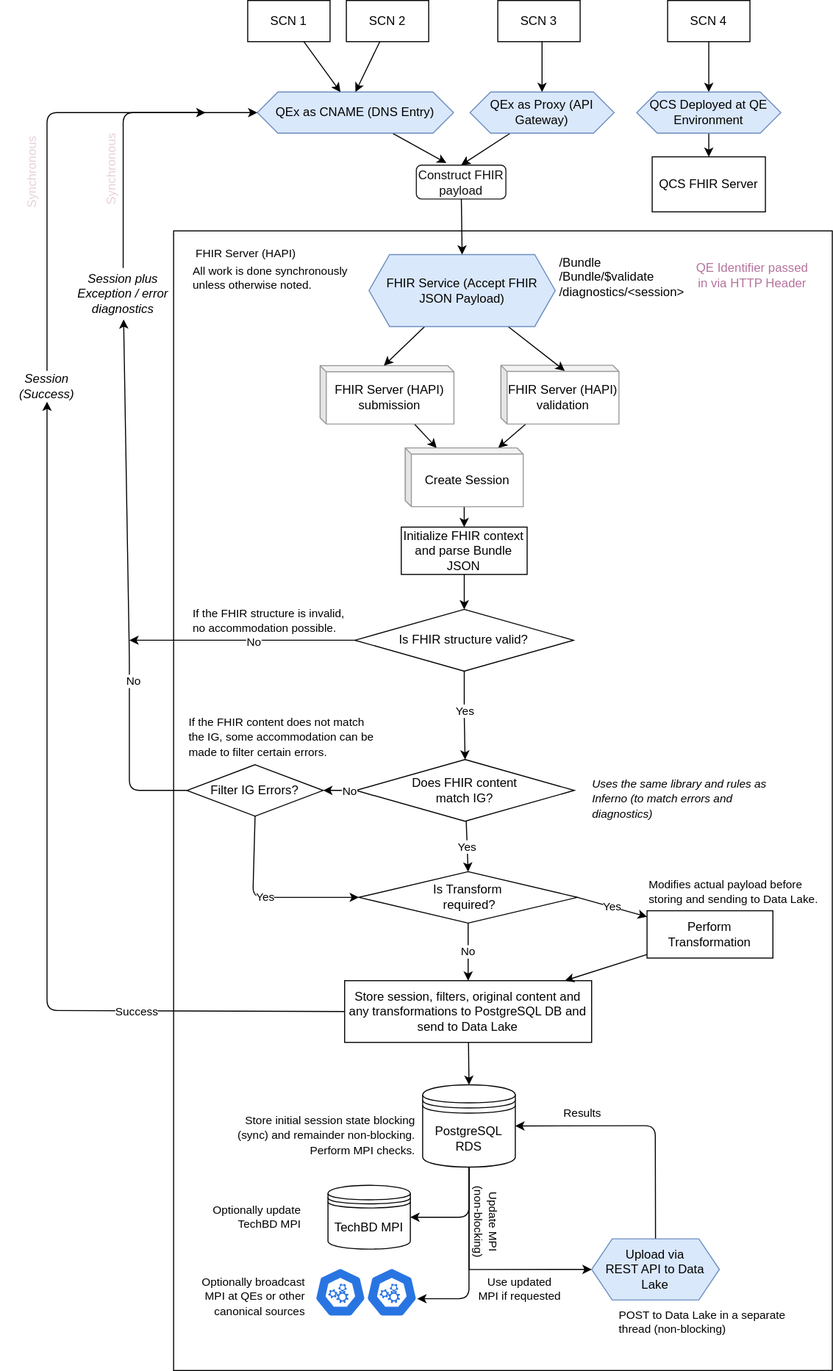
The draw.io diagram public/content/docs/1115-hub/fhir-services/qcs-fhir-service.drawio.svg in tech-by-design/docs.techbd.org, before a commit. Source tidied: cells renumbered, new cells last; positions are measured from the earlier drawing's top-left corner, leaving out a move shared by most shapes.
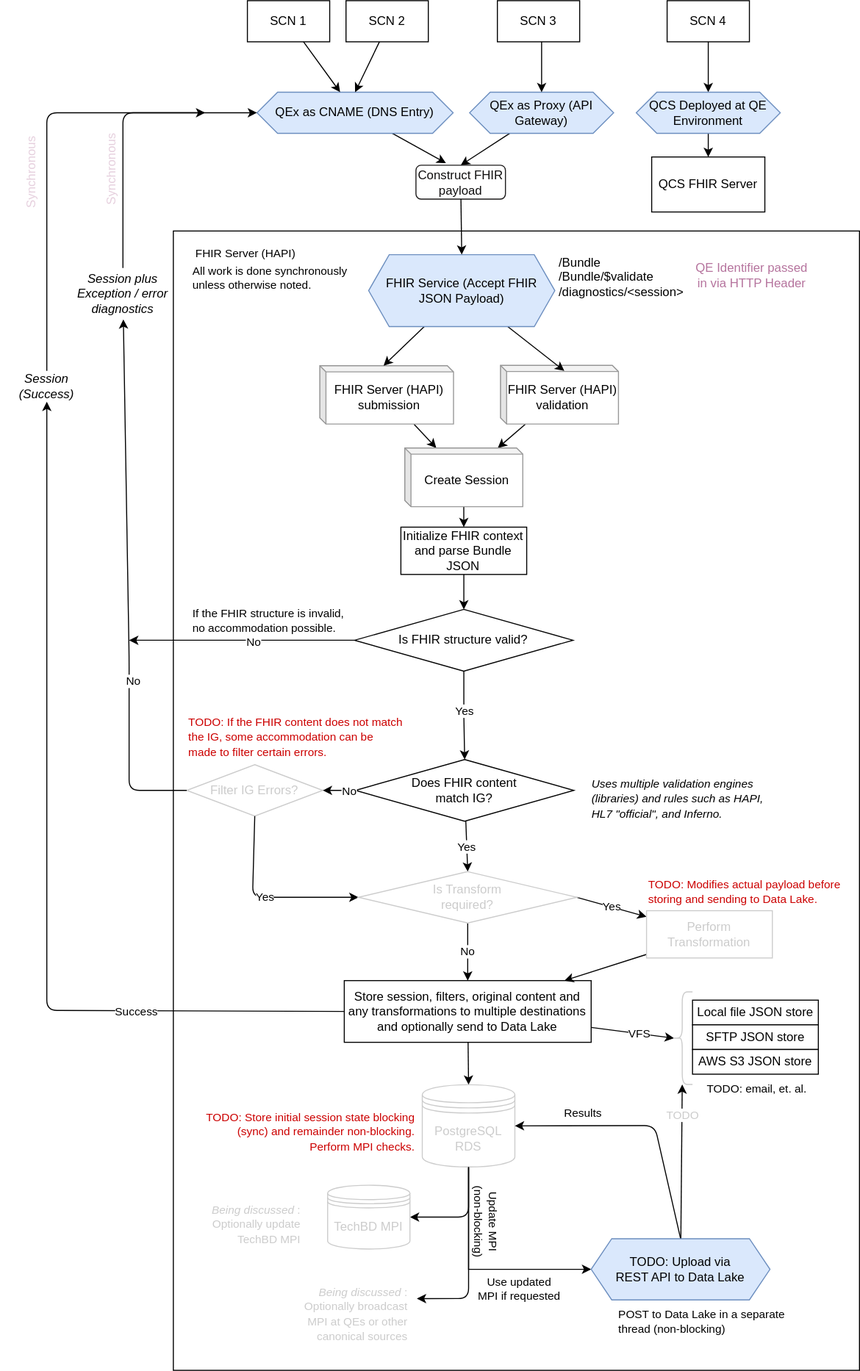
The same file after the commit.

Commit message:
docs: bring documents up to date with code

Change to the diagram source:
```diff
@@ -22,7 +22,7 @@
       <mxGeometry x="420.9" y="160" width="87" height="33" as="geometry" />
     </mxCell>
     <mxCell id="7" style="html=1;whiteSpace=wrap;" parent="1" vertex="1">
-      <mxGeometry x="185" y="224" width="640" height="1108" as="geometry" />
+      <mxGeometry x="185" y="224" width="667" height="1108" as="geometry" />
     </mxCell>
     <mxCell id="8" style="edgeStyle=none;html=1;fontColor=#000000;" parent="7" edge="1" source="9" target="18">
       <mxGeometry relative="1" as="geometry" />
@@ -50,7 +50,15 @@
     <mxCell id="15" style="edgeStyle=none;html=1;entryX=0.5;entryY=0;entryDx=0;entryDy=0;" parent="7" edge="1" source="16" target="21">
       <mxGeometry relative="1" as="geometry" />
     </mxCell>
+    <mxCell id="82" style="edgeStyle=none;html=1;entryX=0.1;entryY=0.5;entryDx=0;entryDy=0;entryPerimeter=0;fontColor=#CCCCCC;" parent="7" edge="1" source="16" target="89">
+      <mxGeometry relative="1" as="geometry" />
+    </mxCell>
+    <mxCell id="83" value="VFS" style="edgeLabel;html=1;align=center;verticalAlign=middle;fontColor=#000000;" parent="82" vertex="1">
+      <mxGeometry x="0.46" relative="1" as="geometry">
+        <mxPoint x="-12" y="-2" as="offset" />
+      </mxGeometry>
+    </mxCell>
-    <mxCell id="16" value="Store session, filters, original content and any transformations to PostgreSQL DB and send to Data Lake" style="rounded=0;whiteSpace=wrap;html=1;" parent="7" vertex="1">
+    <mxCell id="16" value="Store session, filters, original content and any transformations to multiple destinations and optionally send to Data Lake" style="rounded=0;whiteSpace=wrap;html=1;" parent="7" vertex="1">
       <mxGeometry x="166.2" y="729" width="240" height="60" as="geometry" />
     </mxCell>
     <mxCell id="17" style="edgeStyle=none;html=1;fontColor=#000000;" parent="7" edge="1" source="18" target="38">
@@ -73,7 +81,7 @@
         </Array>
       </mxGeometry>
     </mxCell>
-    <mxCell id="21" value="PostgreSQL RDS" style="shape=datastore;whiteSpace=wrap;html=1;" parent="7" vertex="1">
+    <mxCell id="21" value="PostgreSQL RDS" style="shape=datastore;whiteSpace=wrap;html=1;strokeColor=#CCCCCC;fontColor=#CCCCCC;" parent="7" vertex="1">
       <mxGeometry x="242" y="830.2" width="90" height="80" as="geometry" />
     </mxCell>
     <mxCell id="22" style="edgeStyle=none;html=1;entryX=0.541;entryY=0.094;entryDx=0;entryDy=0;entryPerimeter=0;" parent="7" edge="1" source="24" target="11">
@@ -88,7 +96,7 @@
     <mxCell id="25" value="/Bundle&lt;br&gt;/Bundle/$validate&lt;div&gt;/diagnostics/&amp;lt;session&amp;gt;&lt;/div&gt;" style="text;html=1;align=left;verticalAlign=middle;strokeColor=none;fillColor=none;fontColor=#000000;" parent="7" vertex="1">
       <mxGeometry x="372.9" y="15" width="140" height="60" as="geometry" />
     </mxCell>
-    <mxCell id="26" value="Filter IG Errors?" style="rhombus;whiteSpace=wrap;html=1;" parent="7" vertex="1">
+    <mxCell id="26" value="Filter IG Errors?" style="rhombus;whiteSpace=wrap;html=1;fontColor=#CCCCCC;strokeColor=#CCCCCC;" parent="7" vertex="1">
       <mxGeometry x="13" y="519" width="132.3" height="50" as="geometry" />
     </mxCell>
     <mxCell id="27" value="Yes" style="edgeStyle=none;html=1;entryX=0;entryY=0.5;entryDx=0;entryDy=0;exitX=0.5;exitY=1;exitDx=0;exitDy=0;" parent="7" edge="1" source="26" target="34">
@@ -120,13 +128,13 @@
     <mxCell id="33" value="No" style="edgeStyle=none;html=1;" parent="7" edge="1" source="34" target="16">
       <mxGeometry relative="1" as="geometry" />
     </mxCell>
-    <mxCell id="34" value="Is Transform&lt;br&gt;&amp;nbsp;required?" style="rhombus;whiteSpace=wrap;html=1;" parent="7" vertex="1">
+    <mxCell id="34" value="Is Transform&lt;br&gt;&amp;nbsp;required?" style="rhombus;whiteSpace=wrap;html=1;fontColor=#CCCCCC;strokeColor=#CCCCCC;" parent="7" vertex="1">
       <mxGeometry x="180" y="623" width="212.3" height="50" as="geometry" />
     </mxCell>
     <mxCell id="35" style="edgeStyle=none;html=1;" parent="7" edge="1" source="36" target="16">
       <mxGeometry relative="1" as="geometry" />
     </mxCell>
-    <mxCell id="36" value="Perform Transformation" style="rounded=0;whiteSpace=wrap;html=1;" parent="7" vertex="1">
+    <mxCell id="36" value="Perform Transformation" style="rounded=0;whiteSpace=wrap;html=1;fontColor=#CCCCCC;strokeColor=#CCCCCC;" parent="7" vertex="1">
       <mxGeometry x="460" y="661" width="122.3" height="46" as="geometry" />
     </mxCell>
     <mxCell id="37" style="edgeStyle=orthogonalEdgeStyle;rounded=0;jettySize=auto;html=1;" parent="7" edge="1" source="38" target="48">
@@ -135,20 +143,20 @@
     <mxCell id="38" value="Initialize FHIR context and parse Bundle JSON" style="rounded=0;whiteSpace=wrap;html=1;" parent="7" vertex="1">
       <mxGeometry x="221.2" y="288" width="122.3" height="46" as="geometry" />
     </mxCell>
-    <mxCell id="39" value="&lt;div style=&quot;&quot;&gt;&lt;span style=&quot;font-size: 11px; text-wrap: nowrap; background-color: rgb(255, 255, 255);&quot;&gt;Uses the same library and rules as&lt;/span&gt;&lt;/div&gt;&lt;div style=&quot;&quot;&gt;&lt;span style=&quot;font-size: 11px; text-wrap: nowrap; background-color: rgb(255, 255, 255);&quot;&gt;Inferno (to&amp;nbsp;&lt;/span&gt;&lt;span style=&quot;background-color: rgb(255, 255, 255); font-size: 11px; text-wrap: nowrap;&quot;&gt;match errors and&amp;nbsp;&lt;/span&gt;&lt;/div&gt;&lt;div style=&quot;&quot;&gt;&lt;span style=&quot;background-color: rgb(255, 255, 255); font-size: 11px; text-wrap: nowrap;&quot;&gt;diagnostics)&lt;/span&gt;&lt;/div&gt;" style="text;whiteSpace=wrap;html=1;align=left;fontStyle=2;" parent="7" vertex="1">
+    <mxCell id="39" value="&lt;div style=&quot;&quot;&gt;&lt;span style=&quot;font-size: 11px; text-wrap: nowrap; background-color: rgb(255, 255, 255);&quot;&gt;Uses multiple validation engines&amp;nbsp;&lt;/span&gt;&lt;/div&gt;&lt;div style=&quot;&quot;&gt;&lt;span style=&quot;font-size: 11px; text-wrap: nowrap; background-color: rgb(255, 255, 255);&quot;&gt;(libraries) and rules such as HAPI,&lt;/span&gt;&lt;/div&gt;&lt;div style=&quot;&quot;&gt;&lt;span style=&quot;text-wrap: nowrap; font-size: 11px; background-color: rgb(255, 255, 255);&quot;&gt;HL7 &quot;official&quot;, and Inferno.&lt;/span&gt;&lt;/div&gt;" style="text;whiteSpace=wrap;html=1;align=left;fontStyle=2;" parent="7" vertex="1">
       <mxGeometry x="404.8" y="524" width="180" height="50" as="geometry" />
     </mxCell>
-    <mxCell id="40" value="&lt;div style=&quot;&quot;&gt;&lt;span style=&quot;font-size: 11px; text-wrap: nowrap; background-color: rgb(255, 255, 255);&quot;&gt;If the FHIR content does not match&lt;/span&gt;&lt;/div&gt;&lt;div style=&quot;&quot;&gt;&lt;span style=&quot;font-size: 11px; text-wrap: nowrap; background-color: rgb(255, 255, 255);&quot;&gt;the IG, some accommodation can be&lt;/span&gt;&lt;/div&gt;&lt;div style=&quot;&quot;&gt;&lt;span style=&quot;font-size: 11px; text-wrap: nowrap; background-color: rgb(255, 255, 255);&quot;&gt;made to filter certain errors.&lt;/span&gt;&lt;/div&gt;" style="text;whiteSpace=wrap;html=1;align=left;" parent="7" vertex="1">
+    <mxCell id="40" value="&lt;div style=&quot;&quot;&gt;&lt;span style=&quot;font-size: 11px; text-wrap: nowrap; background-color: rgb(255, 255, 255);&quot;&gt;TODO: If the FHIR content does not match&lt;/span&gt;&lt;/div&gt;&lt;div style=&quot;&quot;&gt;&lt;span style=&quot;font-size: 11px; text-wrap: nowrap; background-color: rgb(255, 255, 255);&quot;&gt;the IG, some accommodation can be&lt;/span&gt;&lt;/div&gt;&lt;div style=&quot;&quot;&gt;&lt;span style=&quot;font-size: 11px; text-wrap: nowrap; background-color: rgb(255, 255, 255);&quot;&gt;made to filter certain errors.&lt;/span&gt;&lt;/div&gt;" style="text;whiteSpace=wrap;html=1;align=left;fontColor=#CC0000;" parent="7" vertex="1">
       <mxGeometry x="13" y="464" width="180" height="50" as="geometry" />
     </mxCell>
-    <mxCell id="41" value="&lt;div style=&quot;&quot;&gt;&lt;span style=&quot;font-size: 11px; text-wrap: nowrap; background-color: rgb(255, 255, 255);&quot;&gt;Modifies actual payload before&lt;/span&gt;&lt;/div&gt;&lt;div style=&quot;&quot;&gt;&lt;span style=&quot;font-size: 11px; text-wrap: nowrap; background-color: rgb(255, 255, 255);&quot;&gt;storing and sending to Data Lake.&lt;/span&gt;&lt;/div&gt;" style="text;whiteSpace=wrap;html=1;align=left;" parent="7" vertex="1">
+    <mxCell id="41" value="&lt;div style=&quot;&quot;&gt;&lt;span style=&quot;font-size: 11px; text-wrap: nowrap; background-color: rgb(255, 255, 255);&quot;&gt;TODO: Modifies actual payload before&lt;/span&gt;&lt;/div&gt;&lt;div style=&quot;&quot;&gt;&lt;span style=&quot;font-size: 11px; text-wrap: nowrap; background-color: rgb(255, 255, 255);&quot;&gt;storing and sending to Data Lake.&lt;/span&gt;&lt;/div&gt;" style="text;whiteSpace=wrap;html=1;align=left;fontColor=#CC0000;" parent="7" vertex="1">
       <mxGeometry x="460" y="622" width="180" height="39" as="geometry" />
     </mxCell>
     <mxCell id="42" value="&lt;div style=&quot;&quot;&gt;&lt;span style=&quot;font-size: 11px; text-wrap: nowrap; background-color: rgb(255, 255, 255);&quot;&gt;POST to Data Lake in a separate&lt;/span&gt;&lt;/div&gt;&lt;div style=&quot;&quot;&gt;&lt;span style=&quot;font-size: 11px; text-wrap: nowrap; background-color: rgb(255, 255, 255);&quot;&gt;thread (non-blocking)&lt;/span&gt;&lt;/div&gt;" style="text;whiteSpace=wrap;html=1;align=left;" parent="7" vertex="1">
       <mxGeometry x="431.1" y="1039.5" width="180" height="39" as="geometry" />
     </mxCell>
-    <mxCell id="43" value="&lt;div style=&quot;&quot;&gt;&lt;span style=&quot;font-size: 11px; text-wrap: nowrap; background-color: rgb(255, 255, 255);&quot;&gt;Store initial session state blocking&lt;/span&gt;&lt;/div&gt;&lt;div style=&quot;&quot;&gt;&lt;span style=&quot;font-size: 11px; text-wrap: nowrap; background-color: rgb(255, 255, 255);&quot;&gt;(sync) and remainder non-blocking.&lt;/span&gt;&lt;/div&gt;&lt;div style=&quot;&quot;&gt;&lt;span style=&quot;background-color: rgb(255, 255, 255); font-size: 11px; text-wrap: nowrap;&quot;&gt;Perform MPI checks.&lt;/span&gt;&lt;br&gt;&lt;/div&gt;" style="text;whiteSpace=wrap;html=1;align=right;" parent="7" vertex="1">
-      <mxGeometry x="57" y="850.8" width="180" height="39" as="geometry" />
+    <mxCell id="43" value="&lt;div style=&quot;&quot;&gt;&lt;span style=&quot;font-size: 11px; text-wrap: nowrap; background-color: rgb(255, 255, 255);&quot;&gt;TODO: Store initial session state blocking&lt;/span&gt;&lt;/div&gt;&lt;div style=&quot;&quot;&gt;&lt;span style=&quot;font-size: 11px; text-wrap: nowrap; background-color: rgb(255, 255, 255);&quot;&gt;(sync) and remainder non-blocking.&lt;/span&gt;&lt;/div&gt;&lt;div style=&quot;&quot;&gt;&lt;span style=&quot;background-color: rgb(255, 255, 255); font-size: 11px; text-wrap: nowrap;&quot;&gt;Perform MPI checks.&lt;/span&gt;&lt;br&gt;&lt;/div&gt;" style="text;whiteSpace=wrap;html=1;align=right;fontColor=#CC0000;" parent="7" vertex="1">
+      <mxGeometry x="30" y="848" width="207" height="59.2" as="geometry" />
     </mxCell>
     <mxCell id="44" style="edgeStyle=orthogonalEdgeStyle;rounded=0;jettySize=auto;html=1;" parent="7" edge="1" source="48" target="12">
       <mxGeometry relative="1" as="geometry" />
@@ -173,37 +181,53 @@
     <mxCell id="50" value="QE Identifier passed&lt;div&gt;in via HTTP Header&lt;/div&gt;" style="text;html=1;align=center;verticalAlign=middle;strokeColor=none;fillColor=none;fontColor=#B5739D;" parent="7" vertex="1">
       <mxGeometry x="497" y="23" width="130" height="40" as="geometry" />
     </mxCell>
-    <mxCell id="51" value="TechBD MPI" style="shape=datastore;whiteSpace=wrap;html=1;" parent="7" vertex="1">
+    <mxCell id="51" value="TechBD MPI" style="shape=datastore;whiteSpace=wrap;html=1;strokeColor=#CCCCCC;fontColor=#CCCCCC;" parent="7" vertex="1">
       <mxGeometry x="150" y="928" width="80" height="62" as="geometry" />
     </mxCell>
-    <mxCell id="52" style="sketch=0;html=1;dashed=0;whitespace=wrap;fillColor=#2875E2;strokeColor=#ffffff;shape=mxgraph.kubernetes.icon2;prIcon=api;" parent="7" vertex="1">
-      <mxGeometry x="137" y="1008" width="50" height="48" as="geometry" />
-    </mxCell>
-    <mxCell id="53" style="sketch=0;html=1;dashed=0;whitespace=wrap;fillColor=#2875E2;strokeColor=#ffffff;points=[[0.005,0.63,0],[0.1,0.2,0],[0.9,0.2,0],[0.5,0,0],[0.995,0.63,0],[0.72,0.99,0],[0.5,1,0],[0.28,0.99,0]];shape=mxgraph.kubernetes.icon2;prIcon=api;" parent="7" vertex="1">
-      <mxGeometry x="187" y="1008" width="50" height="48" as="geometry" />
-    </mxCell>
     <mxCell id="54" value="&lt;div style=&quot;&quot;&gt;&lt;span style=&quot;font-size: 11px; text-wrap: nowrap; background-color: rgb(255, 255, 255);&quot;&gt;Update MPI&lt;br&gt;(non-blocking)&lt;/span&gt;&lt;/div&gt;" style="text;whiteSpace=wrap;html=1;align=center;rotation=90;" parent="7" vertex="1">
       <mxGeometry x="272.3" y="948" width="73" height="32" as="geometry" />
     </mxCell>
-    <mxCell id="55" style="edgeStyle=orthogonalEdgeStyle;rounded=1;jettySize=auto;html=1;entryX=0.995;entryY=0.63;entryDx=0;entryDy=0;entryPerimeter=0;curved=0;" parent="7" edge="1" source="21" target="53">
+    <mxCell id="55" style="edgeStyle=orthogonalEdgeStyle;rounded=1;jettySize=auto;html=1;entryX=0.995;entryY=0.63;entryDx=0;entryDy=0;entryPerimeter=0;curved=0;" parent="7" edge="1" source="21">
       <mxGeometry relative="1" as="geometry">
+        <mxPoint x="236.8" y="1038.2" as="targetPoint" />
         <Array as="points">
           <mxPoint x="287" y="1038" />
         </Array>
       </mxGeometry>
     </mxCell>
-    <mxCell id="56" value="&lt;div style=&quot;&quot;&gt;&lt;span style=&quot;font-size: 11px; text-wrap: nowrap; background-color: rgb(255, 255, 255);&quot;&gt;Optionally update&lt;br&gt;TechBD MPI&lt;/span&gt;&lt;/div&gt;" style="text;whiteSpace=wrap;html=1;align=right;" parent="7" vertex="1">
-      <mxGeometry x="13" y="938" width="113" height="42" as="geometry" />
+    <mxCell id="56" value="&lt;div style=&quot;&quot;&gt;&lt;span style=&quot;font-size: 11px; text-wrap: nowrap; background-color: rgb(255, 255, 255);&quot;&gt;&lt;i&gt;Being discussed&lt;/i&gt;:&lt;br&gt;Optionally update&lt;br&gt;TechBD MPI&lt;/span&gt;&lt;/div&gt;" style="text;whiteSpace=wrap;html=1;align=right;fontColor=#CCCCCC;" parent="7" vertex="1">
+      <mxGeometry x="13" y="938" width="113" height="52" as="geometry" />
     </mxCell>
-    <mxCell id="57" value="&lt;div style=&quot;&quot;&gt;&lt;span style=&quot;font-size: 11px; text-wrap: nowrap; background-color: rgb(255, 255, 255);&quot;&gt;Optionally broadcast&lt;br&gt;MPI at QEs or other&lt;/span&gt;&lt;/div&gt;&lt;div style=&quot;&quot;&gt;&lt;span style=&quot;font-size: 11px; text-wrap: nowrap; background-color: rgb(255, 255, 255);&quot;&gt;canonical sources&lt;/span&gt;&lt;/div&gt;" style="text;whiteSpace=wrap;html=1;align=right;" parent="7" vertex="1">
-      <mxGeometry x="17" y="1008" width="113" height="42" as="geometry" />
+    <mxCell id="57" value="&lt;i style=&quot;border-color: var(--border-color); font-size: 11px;&quot;&gt;Being discussed&lt;/i&gt;&lt;span style=&quot;font-size: 11px; background-color: rgb(255, 255, 255);&quot;&gt;:&lt;/span&gt;&lt;div style=&quot;&quot;&gt;&lt;span style=&quot;font-size: 11px; background-color: rgb(255, 255, 255);&quot;&gt;Optionally broadcast&lt;br&gt;MPI at QEs or other&lt;/span&gt;&lt;/div&gt;&lt;div style=&quot;&quot;&gt;&lt;span style=&quot;font-size: 11px; background-color: rgb(255, 255, 255);&quot;&gt;canonical sources&lt;/span&gt;&lt;/div&gt;" style="text;whiteSpace=wrap;html=1;align=right;fontColor=#CCCCCC;" parent="7" vertex="1">
+      <mxGeometry x="117" y="1018" width="113" height="72" as="geometry" />
     </mxCell>
+    <mxCell id="84" style="edgeStyle=none;html=1;entryX=0.5;entryY=1;entryDx=0;entryDy=0;fontColor=#CCCCCC;" parent="7" edge="1" source="58" target="89">
+      <mxGeometry relative="1" as="geometry" />
+    </mxCell>
+    <mxCell id="85" value="TODO" style="edgeLabel;html=1;align=center;verticalAlign=middle;fontColor=#CCCCCC;" parent="84" vertex="1">
+      <mxGeometry x="0.61" relative="1" as="geometry" />
+    </mxCell>
-    <mxCell id="58" value="Upload via&lt;br&gt;REST API to Data Lake" style="shape=hexagon;perimeter=hexagonPerimeter2;whiteSpace=wrap;html=1;fixedSize=1;fillColor=#dae8fc;strokeColor=#6c8ebf;" parent="7" vertex="1">
-      <mxGeometry x="406.2" y="980" width="124.2" height="59.5" as="geometry" />
+    <mxCell id="58" value="TODO: Upload via&lt;br&gt;REST API to Data Lake" style="shape=hexagon;perimeter=hexagonPerimeter2;whiteSpace=wrap;html=1;fixedSize=1;fillColor=#dae8fc;strokeColor=#6c8ebf;" parent="7" vertex="1">
+      <mxGeometry x="406.2" y="980" width="173.8" height="59.5" as="geometry" />
     </mxCell>
     <mxCell id="59" value="&lt;div style=&quot;&quot;&gt;&lt;span style=&quot;font-size: 11px; text-wrap: nowrap; background-color: rgb(255, 255, 255);&quot;&gt;Use updated&lt;br&gt;MPI if requested&lt;/span&gt;&lt;/div&gt;" style="text;whiteSpace=wrap;html=1;align=center;rotation=0;" parent="7" vertex="1">
       <mxGeometry x="299.8" y="1008" width="73" height="32" as="geometry" />
     </mxCell>
+    <mxCell id="86" value="Local file JSON store" style="rounded=0;whiteSpace=wrap;html=1;" parent="7" vertex="1">
+      <mxGeometry x="504.7" y="748" width="122.3" height="24" as="geometry" />
+    </mxCell>
+    <mxCell id="87" value="SFTP JSON store" style="rounded=0;whiteSpace=wrap;html=1;" parent="7" vertex="1">
+      <mxGeometry x="504.7" y="772" width="122.3" height="24" as="geometry" />
+    </mxCell>
+    <mxCell id="88" value="AWS S3 JSON store" style="rounded=0;whiteSpace=wrap;html=1;" parent="7" vertex="1">
+      <mxGeometry x="504.7" y="796" width="122.3" height="24" as="geometry" />
+    </mxCell>
+    <mxCell id="89" style="shape=curlyBracket;whiteSpace=wrap;html=1;rounded=1;labelPosition=left;verticalLabelPosition=middle;align=right;verticalAlign=middle;strokeColor=#CCCCCC;fontColor=#CCCCCC;" parent="7" vertex="1">
+      <mxGeometry x="484.7" y="740" width="20" height="90" as="geometry" />
+    </mxCell>
+    <mxCell id="90" value="&lt;div style=&quot;&quot;&gt;&lt;span style=&quot;font-size: 11px; text-wrap: nowrap; background-color: rgb(255, 255, 255);&quot;&gt;TODO: email, et. al.&lt;/span&gt;&lt;/div&gt;" style="text;whiteSpace=wrap;html=1;align=left;" parent="7" vertex="1">
+      <mxGeometry x="517" y="820" width="113" height="39" as="geometry" />
+    </mxCell>
     <mxCell id="60" style="edgeStyle=none;html=1;fontColor=#000000;exitX=0;exitY=0.5;exitDx=0;exitDy=0;" parent="1" edge="1" source="26" target="5">
       <mxGeometry relative="1" as="geometry">
         <Array as="points">
```
